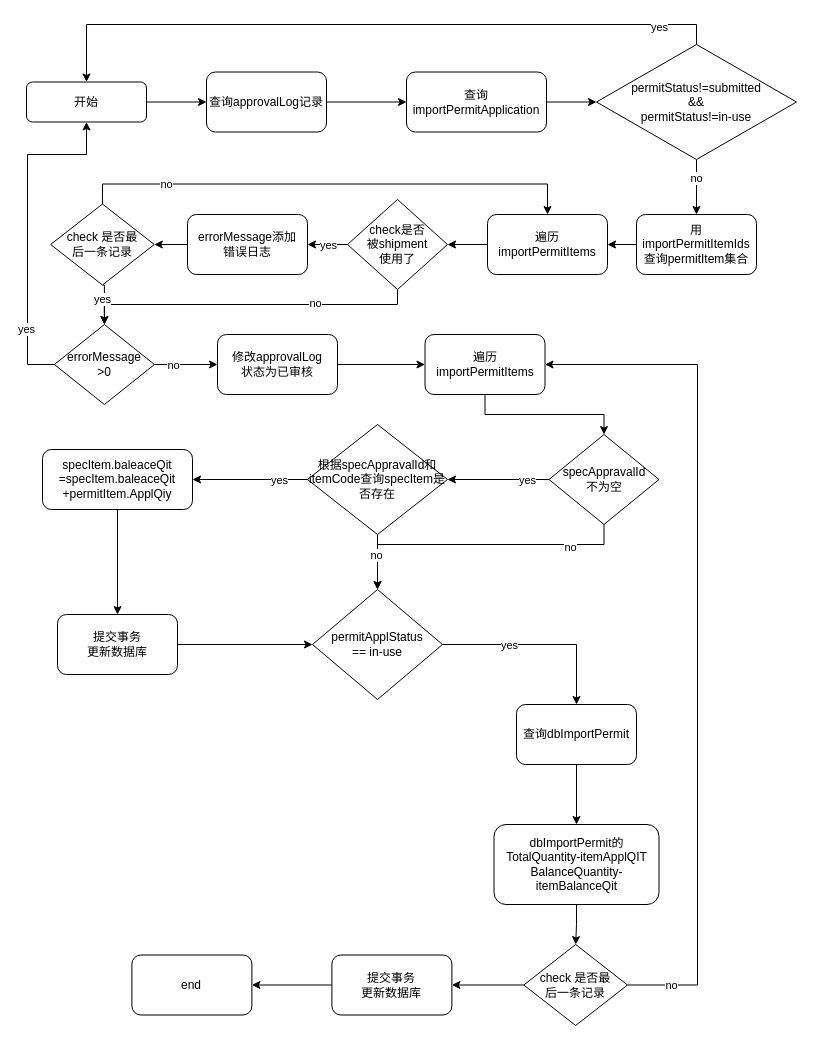
The draw.io diagram permit-delete-appraved.drawio in 1119132473/doc, before the edit. Source tidied: cells renumbered, new cells numbered last; positions are measured from the earlier drawing's top-left corner, leaving out a move shared by most shapes. Both pictures are drawn from the tidied source at 100%, with x=0, y=0 at pixel (26, 44).
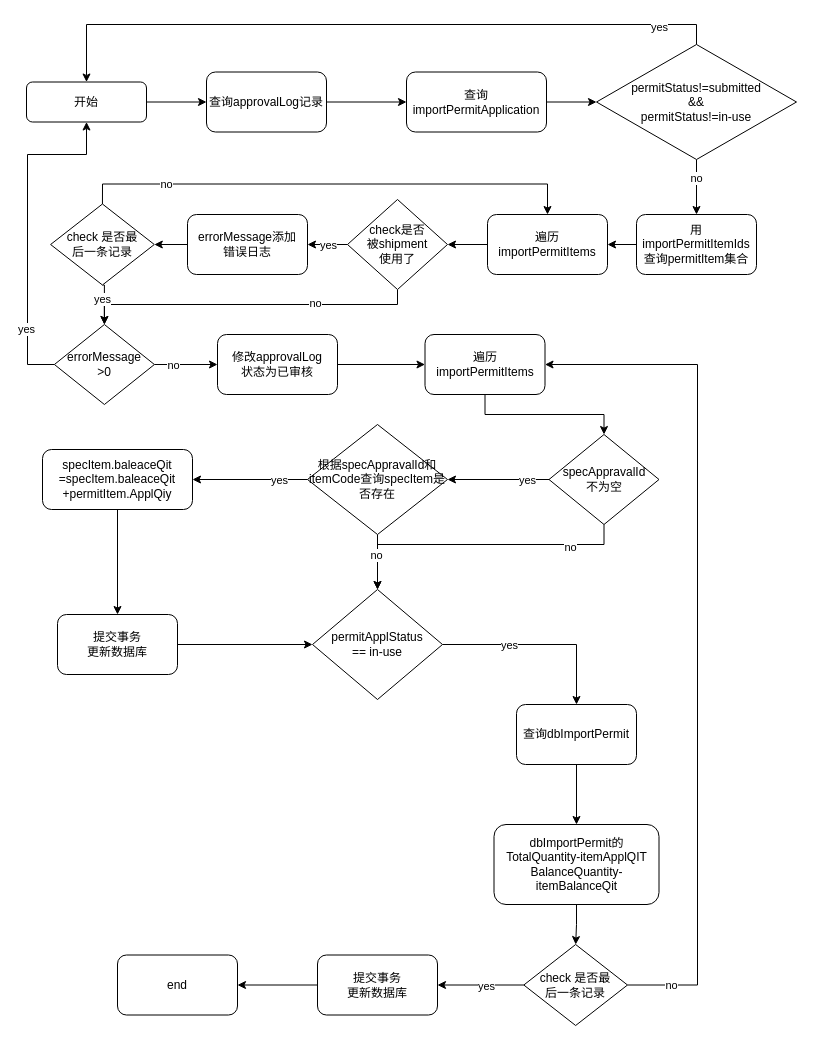
Above is the later version.

Unchanged cells that the change refers to:
```xml
<mxCell id="56" style="edgeStyle=orthogonalEdgeStyle;rounded=0;jettySize=auto;html=1;" parent="1" edge="1" source="57" target="64">
  <mxGeometry relative="1" as="geometry" />
</mxCell>
```

What changed in the source:
```diff
@@
+    <mxCell id="66" value="yes" style="edgeLabel;html=1;align=center;verticalAlign=middle;" parent="56" vertex="1">
+      <mxGeometry x="-0.13" y="1" relative="1" as="geometry" />
+    </mxCell>
@@
     <mxCell id="64" value="&lt;div&gt;提交事务&lt;br&gt;&lt;/div&gt;&lt;div&gt;更新数据库&lt;/div&gt;" style="rounded=1;whiteSpace=wrap;html=1;" parent="1" vertex="1">
-      <mxGeometry x="305.4" y="910.5" width="120" height="60" as="geometry" />
+      <mxGeometry x="291" y="910.5" width="120" height="60" as="geometry" />
     </mxCell>
     <mxCell id="65" value="end" style="whiteSpace=wrap;html=1;rounded=1;" parent="1" vertex="1">
-      <mxGeometry x="105.4" y="910.5" width="120" height="60" as="geometry" />
+      <mxGeometry x="91" y="910.5" width="120" height="60" as="geometry" />
     </mxCell>
```
